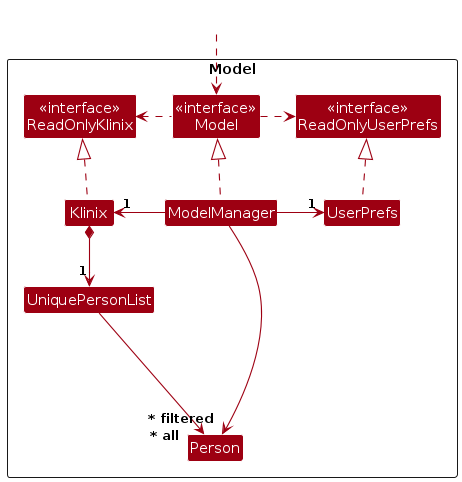
AY2425S2-CS2103T-T09-2/tp keeps this PlantUML diagram as diagrams/ModelClassDiagram.png. Above is the earlier version. Its source is kept beside it as diagrams/ModelClassDiagram.puml.
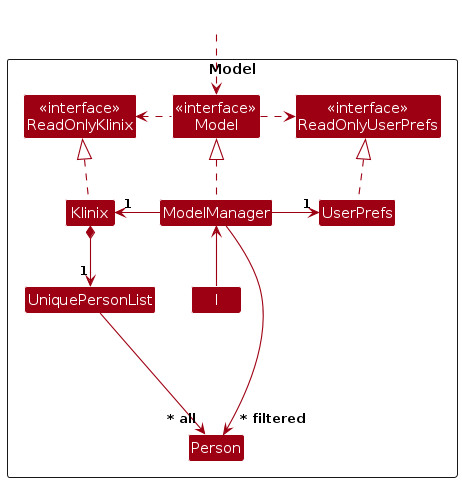
The same file after the commit.

Change to the diagram source:
```diff
@@ -15,7 +15,7 @@
 Class UniquePersonList
 Class Person
 
-Class I #FFFFFF
+Class I
 }
 
 Class HiddenOutside #FFFFFF
@@ -33,6 +33,8 @@
 Klinix *--> "1" UniquePersonList
 UniquePersonList --> "~* all" Person
 
+I --up> ModelManager
+
 Person -[hidden]up--> I
 UniquePersonList -[hidden]right-> I
 
```
